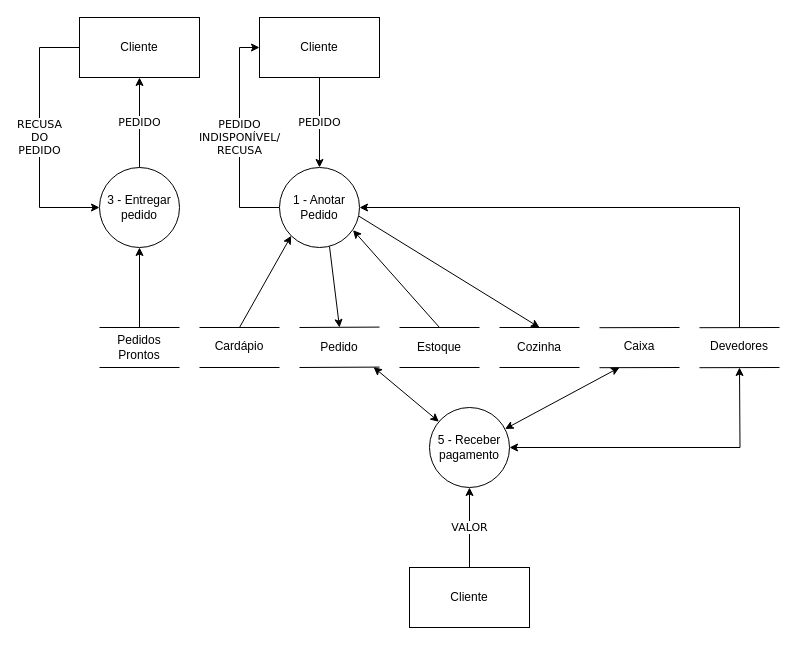
Before: docs/Prof_Christiane/ATENDIMENTO/DFD_ATENDIMENTO.drawio in Darienzo08/ope_ads, a draw.io diagram. Source tidied: cells renumbered, new cells numbered last; positions are measured from the earlier drawing's top-left corner, leaving out a move shared by most shapes. Both pictures are drawn from the tidied source at 100%, with x=0, y=0 at pixel (39, 17).
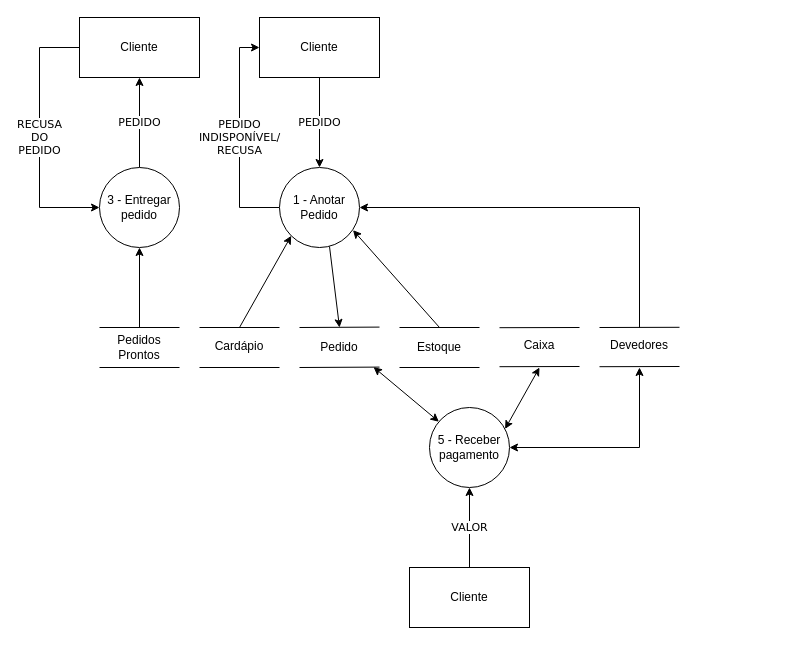
Above is the later version.

The change refers to these unchanged cells:
```xml
<mxCell id="11" value="1 - Anotar Pedido" style="ellipse;whiteSpace=wrap;html=1;" parent="1" vertex="1">
  <mxGeometry x="240" y="150" width="80" height="80" as="geometry" />
</mxCell>
<mxCell id="30" value="&lt;div&gt;5 - Receber&lt;/div&gt;&lt;div&gt;pagamento&lt;br&gt;&lt;/div&gt;" style="ellipse;whiteSpace=wrap;html=1;" parent="1" vertex="1">
  <mxGeometry x="390" y="390" width="80" height="80" as="geometry" />
</mxCell>
```

Diff of the diagram source:
```diff
@@
     <mxCell id="24" style="endArrow=none;html=1;" parent="1" edge="1">
       <mxGeometry relative="1" as="geometry">
-        <mxPoint x="560" y="310.2" as="sourcePoint" />
-        <mxPoint x="640" y="310" as="targetPoint" />
+        <mxPoint x="460" y="310.2" as="sourcePoint" />
+        <mxPoint x="540" y="310" as="targetPoint" />
       </mxGeometry>
     </mxCell>
     <mxCell id="25" style="endArrow=none;html=1;" parent="1" edge="1">
       <mxGeometry relative="1" as="geometry">
-        <mxPoint x="560" y="350.2" as="sourcePoint" />
-        <mxPoint x="640" y="350" as="targetPoint" />
+        <mxPoint x="460" y="349.2" as="sourcePoint" />
+        <mxPoint x="540" y="349" as="targetPoint" />
       </mxGeometry>
     </mxCell>
     <mxCell id="26" value="Caixa" style="text;html=1;strokeColor=none;fillColor=none;align=center;verticalAlign=middle;whiteSpace=wrap;rounded=0;" parent="1" vertex="1">
-      <mxGeometry x="560" y="318.8" width="80" height="20" as="geometry" />
+      <mxGeometry x="460" y="317.8" width="80" height="20" as="geometry" />
     </mxCell>
@@
     <mxCell id="29" style="edgeStyle=orthogonalEdgeStyle;rounded=0;jettySize=auto;html=1;startArrow=classic;startFill=1;" parent="1" edge="1" source="30">
       <mxGeometry relative="1" as="geometry">
-        <mxPoint x="700" y="350" as="targetPoint" />
+        <mxPoint x="600" y="350" as="targetPoint" />
+        <Array as="points">
+          <mxPoint x="600" y="430" />
+          <mxPoint x="600" y="350" />
+        </Array>
       </mxGeometry>
     </mxCell>
@@
-    <mxCell id="33" style="endArrow=none;html=1;" parent="1" edge="1">
-      <mxGeometry relative="1" as="geometry">
-        <mxPoint x="460" y="310" as="sourcePoint" />
-        <mxPoint x="540" y="310" as="targetPoint" />
-      </mxGeometry>
-    </mxCell>
-    <mxCell id="34" style="endArrow=none;html=1;" parent="1" edge="1">
-      <mxGeometry relative="1" as="geometry">
-        <mxPoint x="460" y="350" as="sourcePoint" />
-        <mxPoint x="540" y="350" as="targetPoint" />
-      </mxGeometry>
-    </mxCell>
-    <mxCell id="35" value="Cozinha" style="text;html=1;strokeColor=none;fillColor=none;align=center;verticalAlign=middle;whiteSpace=wrap;rounded=0;" parent="1" vertex="1">
-      <mxGeometry x="460" y="320" width="80" height="20" as="geometry" />
-    </mxCell>
@@
     <mxCell id="37" style="endArrow=none;html=1;" parent="1" edge="1">
       <mxGeometry relative="1" as="geometry">
-        <mxPoint x="660" y="310.2" as="sourcePoint" />
-        <mxPoint x="740" y="310" as="targetPoint" />
+        <mxPoint x="560" y="310" as="sourcePoint" />
+        <mxPoint x="640" y="309.8" as="targetPoint" />
       </mxGeometry>
     </mxCell>
     <mxCell id="38" style="endArrow=none;html=1;" parent="1" edge="1">
       <mxGeometry relative="1" as="geometry">
-        <mxPoint x="660" y="350.2" as="sourcePoint" />
-        <mxPoint x="740" y="350" as="targetPoint" />
+        <mxPoint x="560" y="349.2" as="sourcePoint" />
+        <mxPoint x="640" y="349" as="targetPoint" />
       </mxGeometry>
     </mxCell>
     <mxCell id="39" style="edgeStyle=orthogonalEdgeStyle;rounded=0;jettySize=auto;html=1;entryX=1;entryY=0.5;entryDx=0;entryDy=0;" parent="1" edge="1" target="11">
       <mxGeometry relative="1" as="geometry">
-        <mxPoint x="700" y="310" as="sourcePoint" />
+        <mxPoint x="600" y="310" as="sourcePoint" />
         <Array as="points">
-          <mxPoint x="700" y="190" />
+          <mxPoint x="600" y="190" />
         </Array>
       </mxGeometry>
     </mxCell>
     <mxCell id="40" value="Devedores" style="text;html=1;strokeColor=none;fillColor=none;align=center;verticalAlign=middle;whiteSpace=wrap;rounded=0;" parent="1" vertex="1">
-      <mxGeometry x="660" y="318.8" width="80" height="20" as="geometry" />
+      <mxGeometry x="560" y="317.8" width="80" height="20" as="geometry" />
     </mxCell>
     <mxCell id="41" style="endArrow=classic;html=1;exitX=0.945;exitY=0.268;exitDx=0;exitDy=0;exitPerimeter=0;startArrow=classic;startFill=1;" parent="1" edge="1" source="30">
       <mxGeometry relative="1" as="geometry">
-        <mxPoint x="580" y="350" as="targetPoint" />
+        <mxPoint x="500" y="350" as="targetPoint" />
       </mxGeometry>
     </mxCell>
-    <mxCell id="42" style="endArrow=classic;html=1;exitX=0.994;exitY=0.609;exitDx=0;exitDy=0;exitPerimeter=0;" parent="1" edge="1" source="11">
-      <mxGeometry relative="1" as="geometry">
-        <mxPoint x="500" y="310" as="targetPoint" />
-      </mxGeometry>
-    </mxCell>
```
